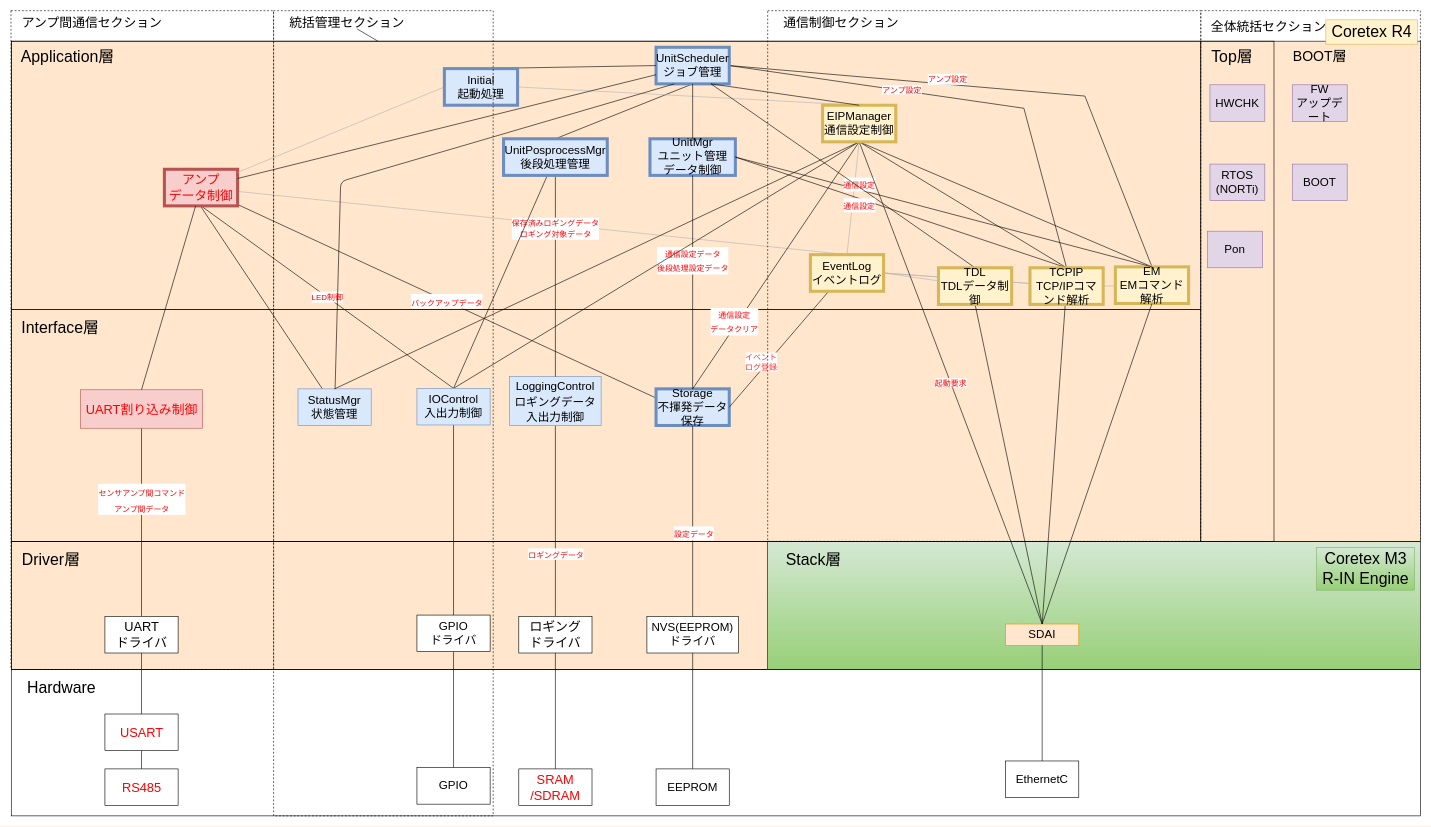
Above: page "RevG_NewスマNWU静的構造_完全版" (7 of 15) of NWユニット_アーキテクチャ図.drawio in YutaSuzukiGARI/nwunit (draw.io), before the change. Source tidied: cells renumbered, new cells numbered last; positions are measured from the earlier drawing's top-left corner, leaving out a move shared by most shapes. Both pictures are drawn from the tidied source at 61%, with x=0, y=0 at pixel (11, 10).
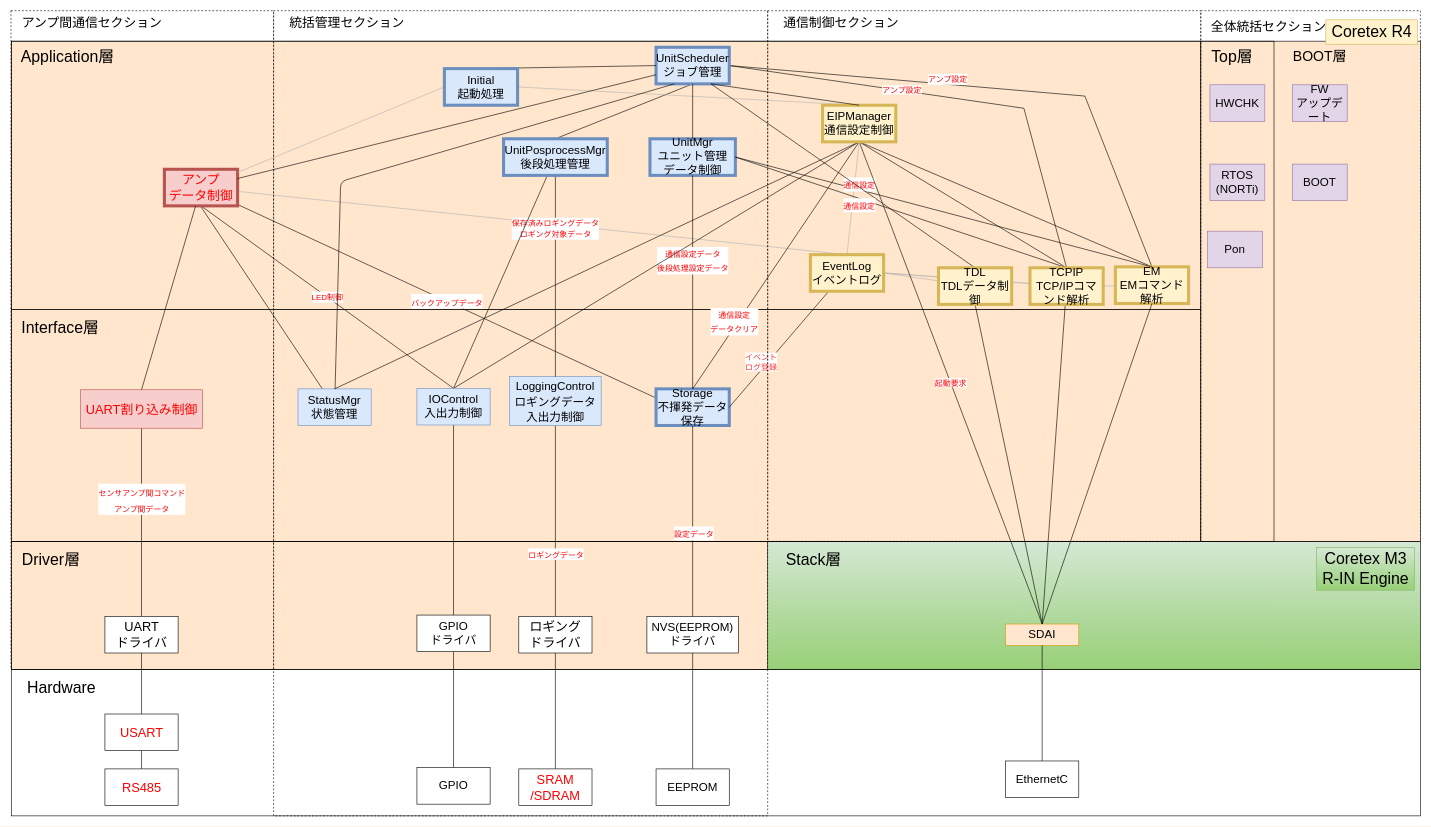
The same diagram, later.

Commit message:
Update NWユニット_アーキテクチャ図.drawio

Unchanged cells that the change refers to:
```xml
<mxCell id="8" style="rounded=0;whiteSpace=wrap;html=1;fillColor=none;fontSize=19;" parent="1" vertex="1">
  <mxGeometry y="50" width="1950" height="440" as="geometry" />
</mxCell>
<mxCell id="101" value="&lt;font style=&quot;font-size: 21px&quot;&gt;統括管理セクション&lt;/font&gt;" style="text;html=1;align=center;verticalAlign=middle;points=[];strokeColor=none;fillColor=none;fontColor=default;" parent="1" vertex="1">
  <mxGeometry x="450" y="10" width="200" height="20" as="geometry" />
</mxCell>
```

Change to the diagram source:
```diff
@@
-    <mxCell id="100" style="edgeStyle=none;rounded=0;jettySize=auto;html=1;labelBackgroundColor=default;fontSize=13;fontColor=default;endArrow=none;endFill=0;strokeColor=default;" parent="1" edge="1" source="101" target="8">
-      <mxGeometry relative="1" as="geometry" />
-    </mxCell>
@@
     <mxCell id="107" style="rounded=0;whiteSpace=wrap;html=1;fillColor=none;dashed=1;strokeColor=default;fontColor=default;" parent="1" vertex="1">
-      <mxGeometry x="430" width="360" height="1320" as="geometry" />
+      <mxGeometry x="430" width="810" height="1320" as="geometry" />
     </mxCell>
```
